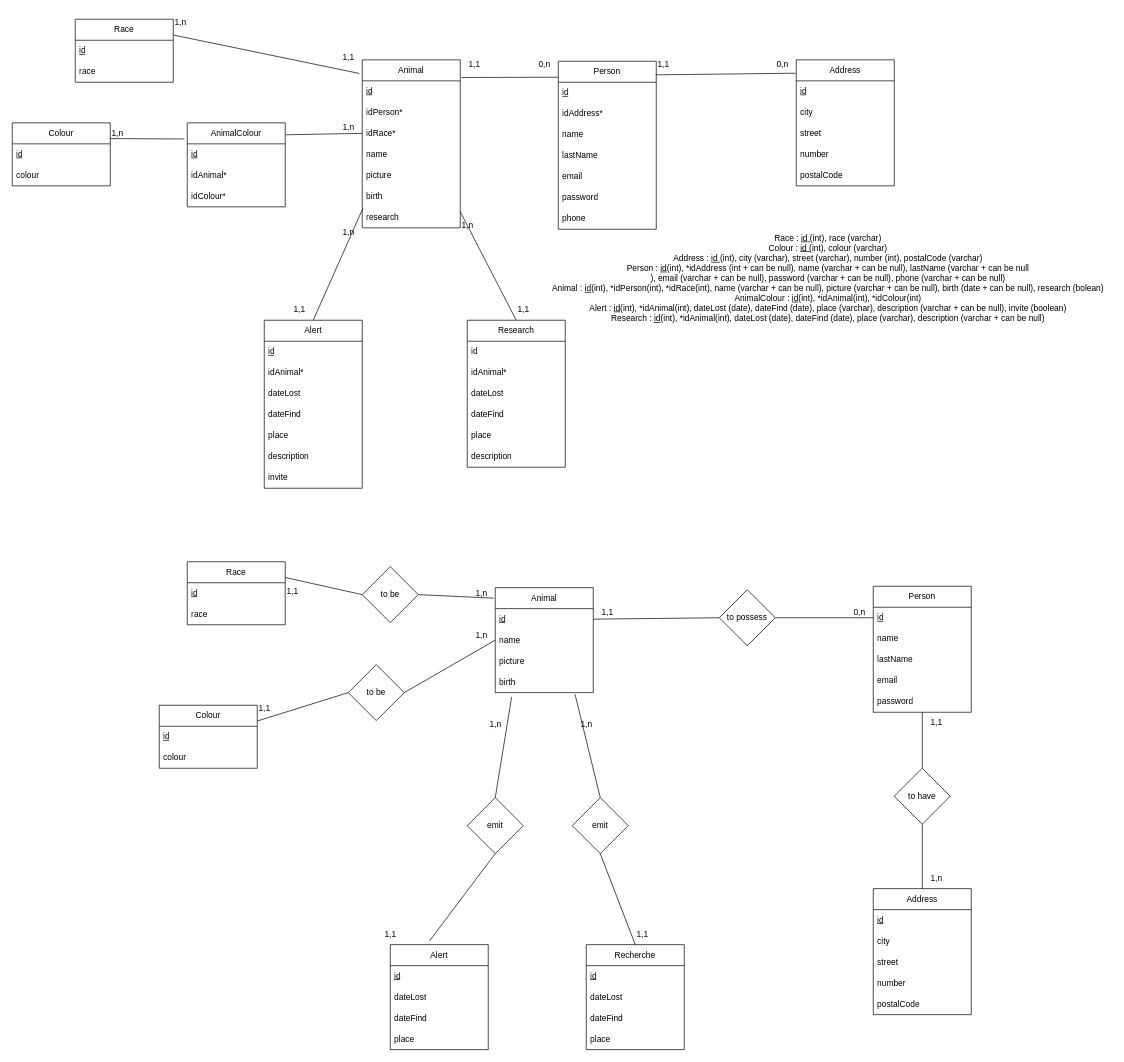
Earlier version of the draw.io diagram BDAlawan.drawio (Brocolioze/Alawan). Source tidied: cells renumbered, new cells numbered last; positions are measured from the earlier drawing's top-left corner, leaving out a move shared by most shapes. Both pictures are drawn from the tidied source at 70%, with x=0, y=0 at pixel (12, 12).
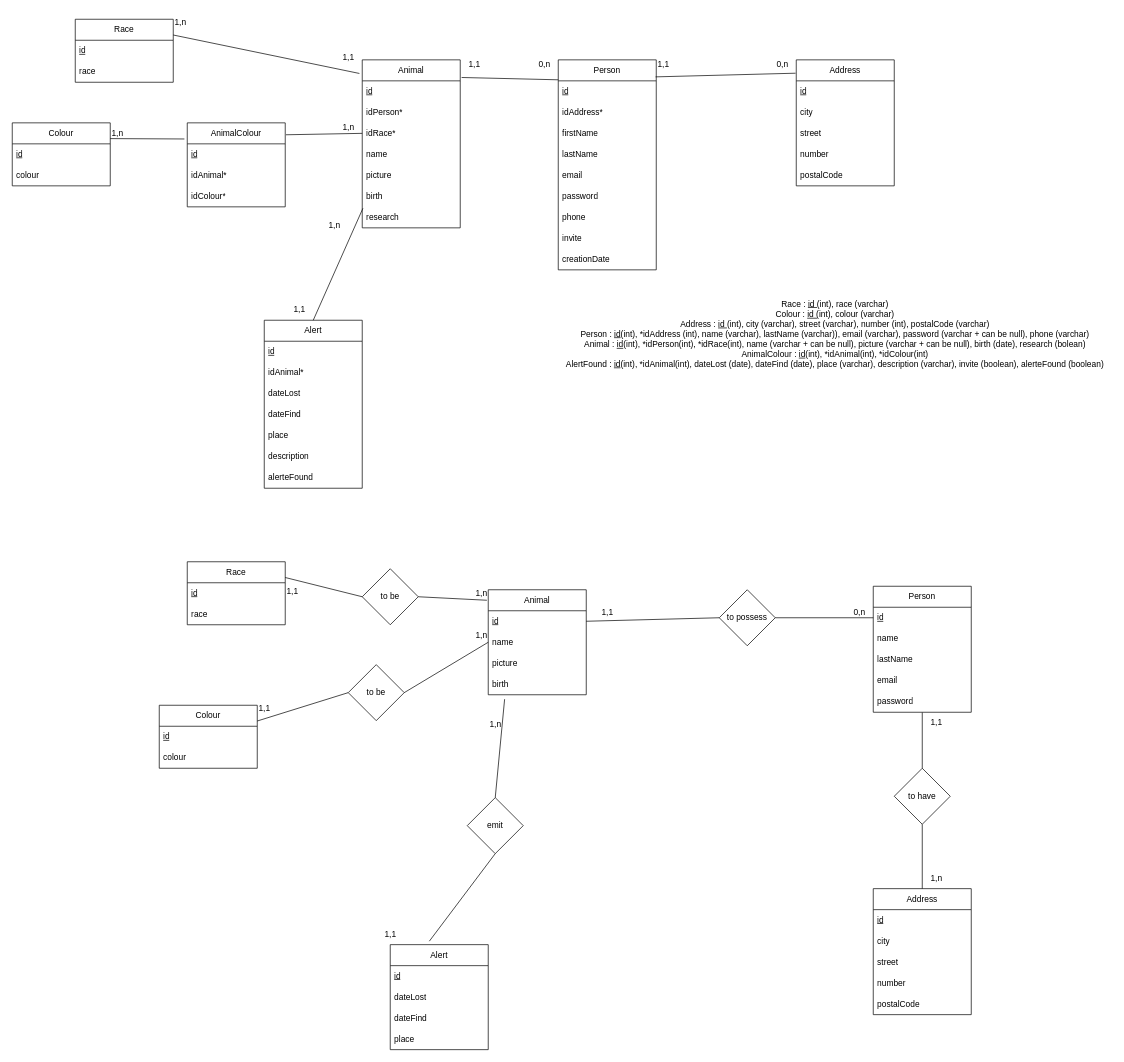
The same diagram, later.

Unchanged cells that the change refers to:
```xml
<mxCell id="8" value="birth" style="text;strokeColor=none;fillColor=none;align=left;verticalAlign=middle;spacingLeft=4;spacingRight=4;overflow=hidden;points=[[0,0.5],[1,0.5]];portConstraint=eastwest;whiteSpace=wrap;html=1;" parent="2" vertex="1">
  <mxGeometry y="180" width="140" height="30" as="geometry" />
</mxCell>
<mxCell id="18" value="Alert" style="swimlane;fontStyle=0;horizontal=1;startSize=30;whiteSpace=wrap;html=1;" parent="1" vertex="1">
  <mxGeometry x="360" y="440" width="140" height="240" as="geometry" />
</mxCell>
<mxCell id="39" value="birth" style="text;strokeColor=none;fillColor=none;align=left;verticalAlign=middle;spacingLeft=4;spacingRight=4;overflow=hidden;points=[[0,0.5],[1,0.5]];portConstraint=eastwest;whiteSpace=wrap;html=1;" parent="35" vertex="1">
  <mxGeometry y="120" width="140" height="30" as="geometry" />
</mxCell>
```

The edit, as a diff of the source:
```diff
@@
     <mxCell id="10" value="Person" style="swimlane;fontStyle=0;horizontal=1;startSize=30;whiteSpace=wrap;html=1;" parent="1" vertex="1">
-      <mxGeometry x="780" y="70" width="140" height="240" as="geometry" />
+      <mxGeometry x="780" y="68" width="140" height="300" as="geometry" />
     </mxCell>
@@
-    <mxCell id="13" value="name" style="text;strokeColor=none;fillColor=none;align=left;verticalAlign=middle;spacingLeft=4;spacingRight=4;overflow=hidden;whiteSpace=wrap;html=1;" parent="10" vertex="1">
+    <mxCell id="13" value="firstName" style="text;strokeColor=none;fillColor=none;align=left;verticalAlign=middle;spacingLeft=4;spacingRight=4;overflow=hidden;whiteSpace=wrap;html=1;" parent="10" vertex="1">
       <mxGeometry y="90" width="140" height="30" as="geometry" />
     </mxCell>
@@
+    <mxCell id="25" value="invite" style="text;strokeColor=none;fillColor=none;align=left;verticalAlign=middle;spacingLeft=4;spacingRight=4;overflow=hidden;whiteSpace=wrap;html=1;" parent="10" vertex="1">
+      <mxGeometry y="240" width="140" height="30" as="geometry" />
+    </mxCell>
+    <mxCell id="132" value="creationDate" style="text;strokeColor=none;fillColor=none;align=left;verticalAlign=middle;spacingLeft=4;spacingRight=4;overflow=hidden;whiteSpace=wrap;html=1;" parent="10" vertex="1">
+      <mxGeometry y="270" width="140" height="30" as="geometry" />
+    </mxCell>
@@
-    <mxCell id="25" value="invite" style="text;strokeColor=none;fillColor=none;align=left;verticalAlign=middle;spacingLeft=4;spacingRight=4;overflow=hidden;whiteSpace=wrap;html=1;" parent="18" vertex="1">
-      <mxGeometry y="210" width="140" height="30" as="geometry" />
-    </mxCell>
+    <mxCell id="133" value="alerteFound" style="text;strokeColor=none;fillColor=none;align=left;verticalAlign=middle;spacingLeft=4;spacingRight=4;overflow=hidden;whiteSpace=wrap;html=1;" parent="18" vertex="1">
+      <mxGeometry y="210" width="140" height="30" as="geometry" />
+    </mxCell>
@@
     <mxCell id="35" value="Animal" style="swimlane;fontStyle=0;horizontal=1;startSize=30;whiteSpace=wrap;html=1;" parent="1" vertex="1">
-      <mxGeometry x="690" y="822" width="140" height="150" as="geometry" />
+      <mxGeometry x="680" y="825" width="140" height="150" as="geometry" />
     </mxCell>
@@
-    <mxCell id="73" value="Research" style="swimlane;fontStyle=0;horizontal=1;startSize=30;whiteSpace=wrap;html=1;" parent="1" vertex="1">
-      <mxGeometry x="650" y="440" width="140" height="210" as="geometry" />
-    </mxCell>
-    <mxCell id="74" value="id" style="text;strokeColor=none;fillColor=none;align=left;verticalAlign=middle;spacingLeft=4;spacingRight=4;overflow=hidden;whiteSpace=wrap;html=1;" parent="73" vertex="1">
-      <mxGeometry y="30" width="140" height="30" as="geometry" />
-    </mxCell>
-    <mxCell id="75" value="idAnimal*" style="text;strokeColor=none;fillColor=none;align=left;verticalAlign=middle;spacingLeft=4;spacingRight=4;overflow=hidden;whiteSpace=wrap;html=1;" parent="73" vertex="1">
-      <mxGeometry y="60" width="140" height="30" as="geometry" />
-    </mxCell>
-    <mxCell id="76" value="dateLost" style="text;strokeColor=none;fillColor=none;align=left;verticalAlign=middle;spacingLeft=4;spacingRight=4;overflow=hidden;whiteSpace=wrap;html=1;" parent="73" vertex="1">
-      <mxGeometry y="90" width="140" height="30" as="geometry" />
-    </mxCell>
-    <mxCell id="77" value="dateFind" style="text;strokeColor=none;fillColor=none;align=left;verticalAlign=middle;spacingLeft=4;spacingRight=4;overflow=hidden;whiteSpace=wrap;html=1;" parent="73" vertex="1">
-      <mxGeometry y="120" width="140" height="30" as="geometry" />
-    </mxCell>
-    <mxCell id="78" value="place" style="text;strokeColor=none;fillColor=none;align=left;verticalAlign=middle;spacingLeft=4;spacingRight=4;overflow=hidden;whiteSpace=wrap;html=1;" parent="73" vertex="1">
-      <mxGeometry y="150" width="140" height="30" as="geometry" />
-    </mxCell>
-    <mxCell id="79" value="description" style="text;strokeColor=none;fillColor=none;align=left;verticalAlign=middle;spacingLeft=4;spacingRight=4;overflow=hidden;whiteSpace=wrap;html=1;" parent="73" vertex="1">
-      <mxGeometry y="180" width="140" height="30" as="geometry" />
-    </mxCell>
@@
-    <mxCell id="92" style="endArrow=none;html=1;rounded=0;entryX=0.5;entryY=0;entryDx=0;entryDy=0;exitX=1;exitY=1.233;exitDx=0;exitDy=0;exitPerimeter=0;" parent="1" edge="1" source="8" target="73">
-      <mxGeometry relative="1" as="geometry" />
-    </mxCell>
-    <mxCell id="93" value="1,1" style="text;html=1;align=center;verticalAlign=middle;strokeColor=none;fillColor=none;" parent="1" vertex="1">
-      <mxGeometry x="710" y="410" width="40" height="30" as="geometry" />
-    </mxCell>
-    <mxCell id="94" value="1,n" style="text;html=1;align=center;verticalAlign=middle;strokeColor=none;fillColor=none;" parent="1" vertex="1">
-      <mxGeometry x="630" y="290" width="40" height="30" as="geometry" />
-    </mxCell>
@@
     <mxCell id="96" value="1,n" style="text;html=1;align=center;verticalAlign=middle;strokeColor=none;fillColor=none;" parent="1" vertex="1">
-      <mxGeometry x="460" y="300" width="40" height="30" as="geometry" />
+      <mxGeometry x="440" y="290" width="40" height="30" as="geometry" />
     </mxCell>
-    <mxCell id="97" value="Race : &lt;u&gt;id (&lt;/u&gt;int), race (varchar)&lt;br&gt;Colour : &lt;u&gt;id (&lt;/u&gt;int), colour (varchar)&lt;br&gt;Address : &lt;u&gt;id &lt;/u&gt;(int), city (varchar), street (varchar), number (int), postalCode (varchar)&lt;br&gt;Person : &lt;u&gt;id&lt;/u&gt;(int), *idAddress (int&amp;nbsp;+ can be null), name (varchar&amp;nbsp;+ can be null), lastName (varchar&amp;nbsp;+ can be null&lt;br&gt;), email (varchar + can be null), password (varchar + can be null), phone (varchar + can be null)&lt;br&gt;Animal : &lt;u&gt;id&lt;/u&gt;(int), *idPerson(int), *idRace(int), name (varchar + can be null), picture (varchar + can be null), birth (date + can be null), research (bolean)&lt;br&gt;AnimalColour : &lt;u&gt;id&lt;/u&gt;(int), *idAnimal(int), *idColour(int)&lt;br&gt;Alert : &lt;u&gt;id&lt;/u&gt;(int), *idAnimal(int), dateLost (date), dateFind (date), place (varchar), description (varchar + can be null), invite (boolean)&lt;br&gt;Research : &lt;u&gt;id&lt;/u&gt;(int), *idAnimal(int), dateLost (date), dateFind (date), place (varchar), description (varchar + can be null)" style="text;html=1;align=center;verticalAlign=middle;strokeColor=none;fillColor=none;" parent="1" vertex="1">
-      <mxGeometry x="760" y="310" width="810" height="140" as="geometry" />
+    <mxCell id="97" value="Race : &lt;u&gt;id (&lt;/u&gt;int), race (varchar)&lt;br&gt;Colour : &lt;u&gt;id (&lt;/u&gt;int), colour (varchar)&lt;br&gt;Address : &lt;u&gt;id &lt;/u&gt;(int), city (varchar), street (varchar), number (int), postalCode (varchar)&lt;br&gt;Person : &lt;u&gt;id&lt;/u&gt;(int), *idAddress (int), name (varchar), lastName (varchar)), email (varchar), password (varchar + can be null), phone (varchar)&lt;br&gt;Animal : &lt;u&gt;id&lt;/u&gt;(int), *idPerson(int), *idRace(int), name (varchar + can be null), picture (varchar + can be null), birth (date), research (bolean)&lt;br&gt;AnimalColour : &lt;u&gt;id&lt;/u&gt;(int), *idAnimal(int), *idColour(int)&lt;br&gt;AlertFound : &lt;u&gt;id&lt;/u&gt;(int), *idAnimal(int), dateLost (date), dateFind (date), place (varchar), description (varchar), invite (boolean), alerteFound (boolean)" style="text;html=1;align=center;verticalAlign=middle;strokeColor=none;fillColor=none;" parent="1" vertex="1">
+      <mxGeometry x="780" y="405" width="790" height="110" as="geometry" />
     </mxCell>
@@
-    <mxCell id="105" value="emit" style="rhombus;whiteSpace=wrap;html=1;" parent="1" vertex="1">
-      <mxGeometry x="800" y="1122" width="80" height="80" as="geometry" />
-    </mxCell>
@@
-    <mxCell id="107" value="Recherche" style="swimlane;fontStyle=0;horizontal=1;startSize=30;whiteSpace=wrap;html=1;" parent="1" vertex="1">
-      <mxGeometry x="820" y="1332" width="140" height="150" as="geometry" />
-    </mxCell>
-    <mxCell id="108" value="&lt;u&gt;id&lt;/u&gt;" style="text;strokeColor=none;fillColor=none;align=left;verticalAlign=middle;spacingLeft=4;spacingRight=4;overflow=hidden;whiteSpace=wrap;html=1;" parent="107" vertex="1">
-      <mxGeometry y="30" width="140" height="30" as="geometry" />
-    </mxCell>
-    <mxCell id="109" value="dateLost" style="text;strokeColor=none;fillColor=none;align=left;verticalAlign=middle;spacingLeft=4;spacingRight=4;overflow=hidden;whiteSpace=wrap;html=1;" parent="107" vertex="1">
-      <mxGeometry y="60" width="140" height="30" as="geometry" />
-    </mxCell>
-    <mxCell id="110" value="dateFind" style="text;strokeColor=none;fillColor=none;align=left;verticalAlign=middle;spacingLeft=4;spacingRight=4;overflow=hidden;whiteSpace=wrap;html=1;" parent="107" vertex="1">
-      <mxGeometry y="90" width="140" height="30" as="geometry" />
-    </mxCell>
-    <mxCell id="111" value="place" style="text;strokeColor=none;fillColor=none;align=left;verticalAlign=middle;spacingLeft=4;spacingRight=4;overflow=hidden;whiteSpace=wrap;html=1;" parent="107" vertex="1">
-      <mxGeometry y="120" width="140" height="30" as="geometry" />
-    </mxCell>
-    <mxCell id="112" style="endArrow=none;html=1;rounded=0;entryX=0.5;entryY=0;entryDx=0;entryDy=0;exitX=0.814;exitY=1.078;exitDx=0;exitDy=0;exitPerimeter=0;" parent="1" edge="1" source="39" target="105">
-      <mxGeometry relative="1" as="geometry" />
-    </mxCell>
-    <mxCell id="113" style="endArrow=none;html=1;rounded=0;exitX=0.5;exitY=0;exitDx=0;exitDy=0;entryX=0.5;entryY=1;entryDx=0;entryDy=0;" parent="1" edge="1" source="107" target="105">
-      <mxGeometry relative="1" as="geometry" />
-    </mxCell>
@@
     <mxCell id="120" value="to be" style="rhombus;whiteSpace=wrap;html=1;" parent="1" vertex="1">
-      <mxGeometry x="500" y="792" width="80" height="80" as="geometry" />
+      <mxGeometry x="500" y="795" width="80" height="80" as="geometry" />
     </mxCell>
@@
-    <mxCell id="128" value="1,n" style="text;html=1;align=center;verticalAlign=middle;strokeColor=none;fillColor=none;" parent="1" vertex="1">
-      <mxGeometry x="800" y="1002" width="40" height="30" as="geometry" />
-    </mxCell>
@@
-    <mxCell id="131" value="1,1" style="text;html=1;align=center;verticalAlign=middle;strokeColor=none;fillColor=none;" parent="1" vertex="1">
-      <mxGeometry x="880" y="1302" width="40" height="30" as="geometry" />
-    </mxCell>
```
